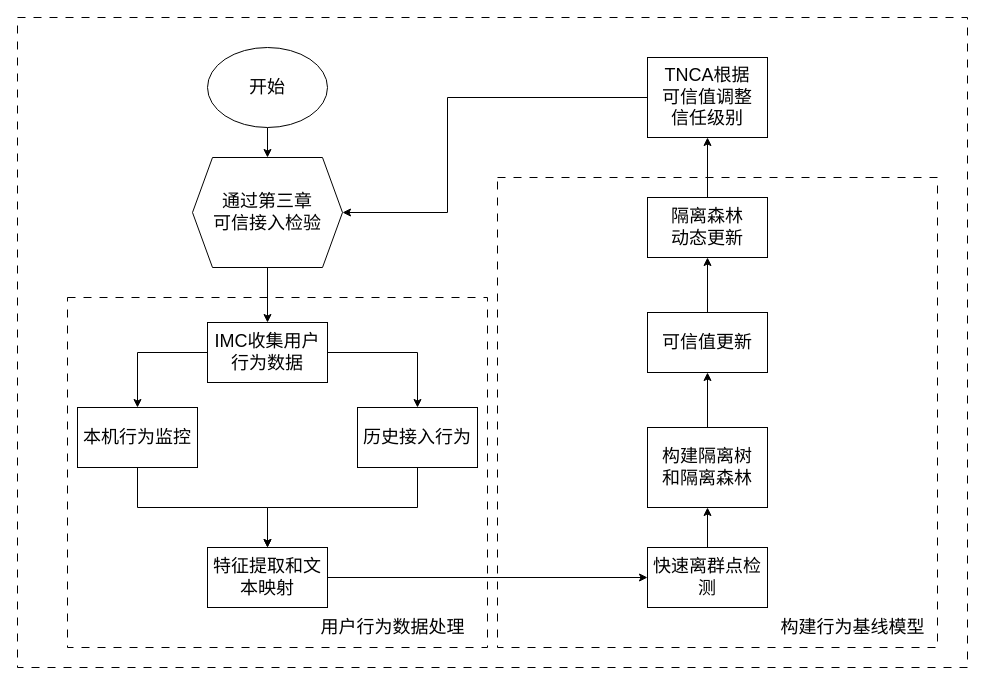
The draw.io diagram testDirectory/持续接入检验流程.drawio in Moose1273/-, before the edit. Source tidied: cells renumbered, new cells numbered last; positions are measured from the earlier drawing's top-left corner, leaving out a move shared by most shapes. Both pictures are drawn from the tidied source at 100%, with x=0, y=0 at pixel (17, 17).
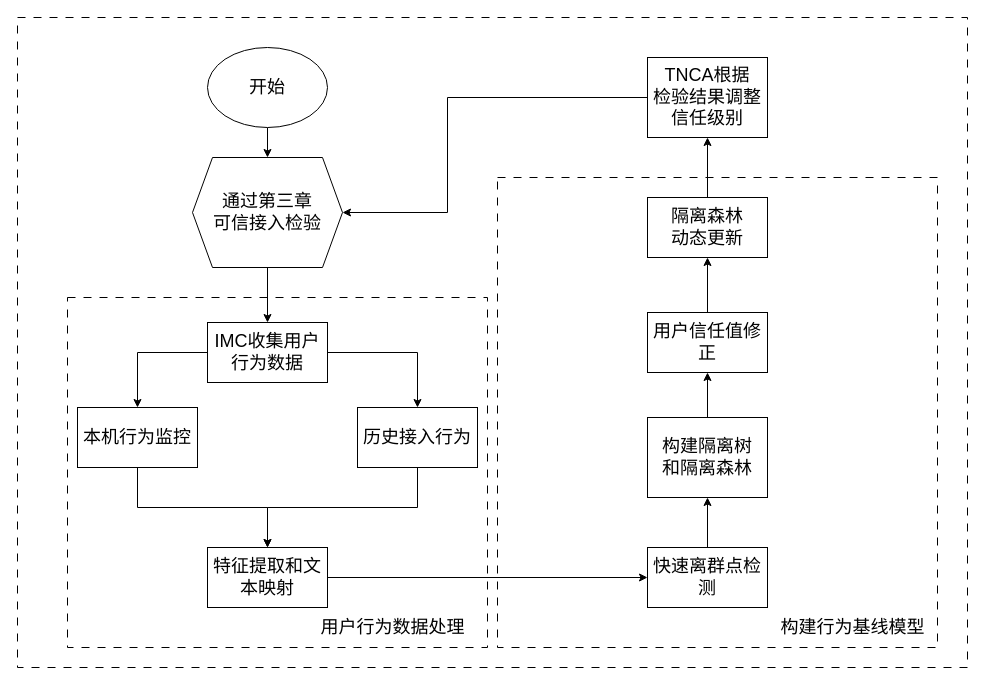
Above is the later version.

Commit message:
更新持续接入检验流程.drawio

What changed in the source:
```diff
@@
     <mxCell id="21" value="构建隔离树&lt;br style=&quot;font-size: 18px;&quot;&gt;和隔离森林" style="whiteSpace=wrap;html=1;fontSize=18;" parent="1" vertex="1">
-      <mxGeometry x="630" y="410" width="120" height="80" as="geometry" />
+      <mxGeometry x="630" y="400" width="120" height="80" as="geometry" />
     </mxCell>
@@
-    <mxCell id="25" value="可信值更新" style="whiteSpace=wrap;html=1;fontSize=18;" parent="1" vertex="1">
+    <mxCell id="25" value="用户信任值修正" style="whiteSpace=wrap;html=1;fontSize=18;" parent="1" vertex="1">
       <mxGeometry x="630" y="295" width="120" height="60" as="geometry" />
     </mxCell>
@@
-    <mxCell id="27" value="TNCA根据&lt;br&gt;可信值调整&lt;br&gt;信任级别" style="whiteSpace=wrap;html=1;fontSize=18;" parent="1" vertex="1">
+    <mxCell id="27" value="TNCA根据&lt;br&gt;检验结果调整&lt;br&gt;信任级别" style="whiteSpace=wrap;html=1;fontSize=18;" parent="1" vertex="1">
       <mxGeometry x="630" y="40" width="120" height="80" as="geometry" />
     </mxCell>
```
